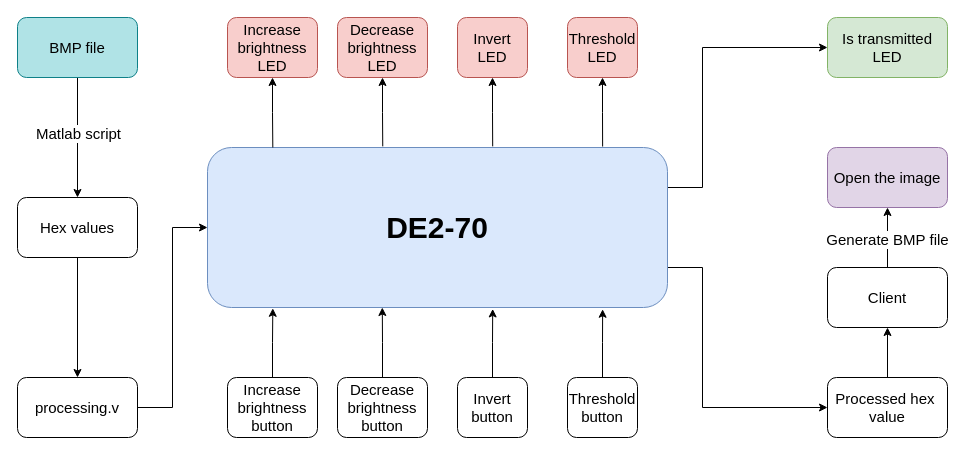
Above: FPGA-Image-Processing.drawio in lukas0173/Draw.io (draw.io), before the change. Source tidied: cells renumbered, new cells numbered last; positions are measured from the earlier drawing's top-left corner, leaving out a move shared by most shapes. Both pictures are drawn from the tidied source at 100%, with x=0, y=0 at pixel (17, 17).
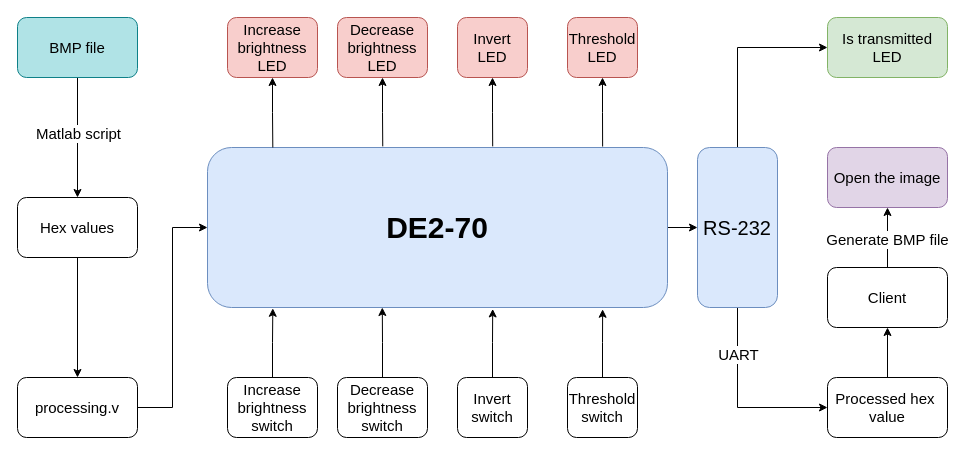
Above is the later version.

Unchanged cells that the change refers to:
```xml
<mxCell id="4" value="&lt;font size=&quot;1&quot;&gt;&lt;b&gt;&lt;font style=&quot;font-size: 30px;&quot;&gt;DE2-70&lt;/font&gt;&lt;/b&gt;&lt;/font&gt;" style="rounded=1;whiteSpace=wrap;html=1;fillColor=#dae8fc;strokeColor=#6c8ebf;" parent="1" vertex="1">
  <mxGeometry x="190" y="130" width="460" height="160" as="geometry" />
</mxCell>
<mxCell id="27" value="&lt;div style=&quot;font-size: 15px;&quot;&gt;&lt;font style=&quot;font-size: 15px;&quot;&gt;Processed hex&amp;nbsp;&lt;/font&gt;&lt;/div&gt;&lt;div style=&quot;font-size: 15px;&quot;&gt;&lt;font style=&quot;font-size: 15px;&quot;&gt;value&lt;/font&gt;&lt;/div&gt;" style="rounded=1;whiteSpace=wrap;html=1;" parent="1" vertex="1">
  <mxGeometry x="810" y="360" width="120" height="60" as="geometry" />
</mxCell>
<mxCell id="32" value="&lt;div style=&quot;font-size: 15px;&quot;&gt;&lt;font style=&quot;font-size: 15px;&quot;&gt;Is transmitted&lt;/font&gt;&lt;/div&gt;&lt;div style=&quot;font-size: 15px;&quot;&gt;&lt;font style=&quot;font-size: 15px;&quot;&gt;LED&lt;br&gt;&lt;/font&gt;&lt;/div&gt;" style="rounded=1;whiteSpace=wrap;html=1;fillColor=#d5e8d4;strokeColor=#82b366;" parent="1" vertex="1">
  <mxGeometry x="810" width="120" height="60" as="geometry" />
</mxCell>
```

Change to the diagram source:
```diff
@@
-    <mxCell id="2" style="edgeStyle=orthogonalEdgeStyle;rounded=0;jettySize=auto;html=1;entryX=0;entryY=0.5;entryDx=0;entryDy=0;" parent="1" edge="1" source="4" target="32">
-      <mxGeometry relative="1" as="geometry">
-        <Array as="points">
-          <mxPoint x="685" y="170" />
-          <mxPoint x="685" y="30" />
-        </Array>
-      </mxGeometry>
-    </mxCell>
-    <mxCell id="3" style="edgeStyle=orthogonalEdgeStyle;rounded=0;jettySize=auto;html=1;entryX=0;entryY=0.5;entryDx=0;entryDy=0;" parent="1" edge="1" source="4" target="27">
-      <mxGeometry relative="1" as="geometry">
-        <Array as="points">
-          <mxPoint x="685" y="250" />
-          <mxPoint x="685" y="390" />
-        </Array>
-      </mxGeometry>
-    </mxCell>
+    <mxCell id="35" style="edgeStyle=orthogonalEdgeStyle;rounded=0;jettySize=auto;html=1;" parent="1" edge="1" source="4" target="39">
+      <mxGeometry relative="1" as="geometry" />
+    </mxCell>
@@
-    <mxCell id="10" value="&lt;div style=&quot;font-size: 15px;&quot;&gt;&lt;font style=&quot;font-size: 15px;&quot;&gt;Increase&lt;/font&gt;&lt;/div&gt;&lt;div style=&quot;font-size: 15px;&quot;&gt;&lt;font style=&quot;font-size: 15px;&quot;&gt;brightness&lt;/font&gt;&lt;/div&gt;&lt;div style=&quot;font-size: 15px;&quot;&gt;&lt;font style=&quot;font-size: 15px;&quot;&gt;button&lt;br&gt;&lt;/font&gt;&lt;/div&gt;" style="rounded=1;whiteSpace=wrap;html=1;" parent="1" vertex="1">
+    <mxCell id="10" value="&lt;div style=&quot;font-size: 15px;&quot;&gt;&lt;font style=&quot;font-size: 15px;&quot;&gt;Increase&lt;/font&gt;&lt;/div&gt;&lt;div style=&quot;font-size: 15px;&quot;&gt;&lt;font style=&quot;font-size: 15px;&quot;&gt;brightness&lt;/font&gt;&lt;/div&gt;&lt;div style=&quot;font-size: 15px;&quot;&gt;&lt;font style=&quot;font-size: 15px;&quot;&gt;switch&lt;br&gt;&lt;/font&gt;&lt;/div&gt;" style="rounded=1;whiteSpace=wrap;html=1;" parent="1" vertex="1">
       <mxGeometry x="210" y="360" width="90" height="60" as="geometry" />
     </mxCell>
-    <mxCell id="11" value="&lt;div style=&quot;font-size: 15px;&quot;&gt;&lt;font style=&quot;font-size: 15px;&quot;&gt;Decrease&lt;br&gt;&lt;/font&gt;&lt;/div&gt;&lt;div style=&quot;font-size: 15px;&quot;&gt;&lt;font style=&quot;font-size: 15px;&quot;&gt;brightness&lt;/font&gt;&lt;/div&gt;&lt;div style=&quot;font-size: 15px;&quot;&gt;&lt;font style=&quot;font-size: 15px;&quot;&gt;button&lt;br&gt;&lt;/font&gt;&lt;/div&gt;" style="rounded=1;whiteSpace=wrap;html=1;" parent="1" vertex="1">
+    <mxCell id="11" value="&lt;div style=&quot;font-size: 15px;&quot;&gt;&lt;font style=&quot;font-size: 15px;&quot;&gt;Decrease&lt;br&gt;&lt;/font&gt;&lt;/div&gt;&lt;div style=&quot;font-size: 15px;&quot;&gt;&lt;font style=&quot;font-size: 15px;&quot;&gt;brightness&lt;/font&gt;&lt;/div&gt;&lt;div style=&quot;font-size: 15px;&quot;&gt;&lt;font style=&quot;font-size: 15px;&quot;&gt;switch&lt;br&gt;&lt;/font&gt;&lt;/div&gt;" style="rounded=1;whiteSpace=wrap;html=1;" parent="1" vertex="1">
       <mxGeometry x="320" y="360" width="90" height="60" as="geometry" />
     </mxCell>
-    <mxCell id="12" value="&lt;div style=&quot;font-size: 15px;&quot;&gt;&lt;font style=&quot;font-size: 15px;&quot;&gt;Invert&lt;/font&gt;&lt;/div&gt;&lt;div style=&quot;font-size: 15px;&quot;&gt;&lt;font style=&quot;font-size: 15px;&quot;&gt;button&lt;br&gt;&lt;/font&gt;&lt;/div&gt;" style="rounded=1;whiteSpace=wrap;html=1;" parent="1" vertex="1">
+    <mxCell id="12" value="&lt;div style=&quot;font-size: 15px;&quot;&gt;&lt;font style=&quot;font-size: 15px;&quot;&gt;Invert&lt;/font&gt;&lt;/div&gt;&lt;div style=&quot;font-size: 15px;&quot;&gt;&lt;font style=&quot;font-size: 15px;&quot;&gt;switch&lt;br&gt;&lt;/font&gt;&lt;/div&gt;" style="rounded=1;whiteSpace=wrap;html=1;" parent="1" vertex="1">
       <mxGeometry x="440" y="360" width="70" height="60" as="geometry" />
     </mxCell>
-    <mxCell id="13" value="&lt;div style=&quot;font-size: 15px;&quot;&gt;&lt;font style=&quot;font-size: 15px;&quot;&gt;Threshold&lt;/font&gt;&lt;/div&gt;&lt;div style=&quot;font-size: 15px;&quot;&gt;&lt;font style=&quot;font-size: 15px;&quot;&gt;button&lt;br&gt;&lt;/font&gt;&lt;/div&gt;" style="rounded=1;whiteSpace=wrap;html=1;" parent="1" vertex="1">
+    <mxCell id="13" value="&lt;div style=&quot;font-size: 15px;&quot;&gt;&lt;font style=&quot;font-size: 15px;&quot;&gt;Threshold&lt;/font&gt;&lt;/div&gt;&lt;div style=&quot;font-size: 15px;&quot;&gt;&lt;font style=&quot;font-size: 15px;&quot;&gt;switch&lt;br&gt;&lt;/font&gt;&lt;/div&gt;" style="rounded=1;whiteSpace=wrap;html=1;" parent="1" vertex="1">
       <mxGeometry x="550" y="360" width="70" height="60" as="geometry" />
     </mxCell>
@@
+    <mxCell id="36" style="edgeStyle=orthogonalEdgeStyle;rounded=0;jettySize=auto;html=1;entryX=0;entryY=0.5;entryDx=0;entryDy=0;" parent="1" edge="1" source="39" target="32">
+      <mxGeometry relative="1" as="geometry">
+        <Array as="points">
+          <mxPoint x="720" y="30" />
+        </Array>
+      </mxGeometry>
+    </mxCell>
+    <mxCell id="37" style="edgeStyle=orthogonalEdgeStyle;rounded=0;jettySize=auto;html=1;entryX=0;entryY=0.5;entryDx=0;entryDy=0;" parent="1" edge="1" source="39" target="27">
+      <mxGeometry relative="1" as="geometry">
+        <Array as="points">
+          <mxPoint x="720" y="390" />
+        </Array>
+      </mxGeometry>
+    </mxCell>
+    <mxCell id="38" value="&lt;font style=&quot;font-size: 15px;&quot;&gt;UART&lt;/font&gt;" style="edgeLabel;html=1;align=center;verticalAlign=middle;" parent="37" vertex="1">
+      <mxGeometry x="-0.52" relative="1" as="geometry" />
+    </mxCell>
+    <mxCell id="39" value="&lt;font style=&quot;font-size: 20px;&quot;&gt;RS-232&lt;/font&gt;" style="rounded=1;whiteSpace=wrap;html=1;fillColor=#dae8fc;strokeColor=#6c8ebf;" parent="1" vertex="1">
+      <mxGeometry x="680" y="130" width="80" height="160" as="geometry" />
+    </mxCell>
```
